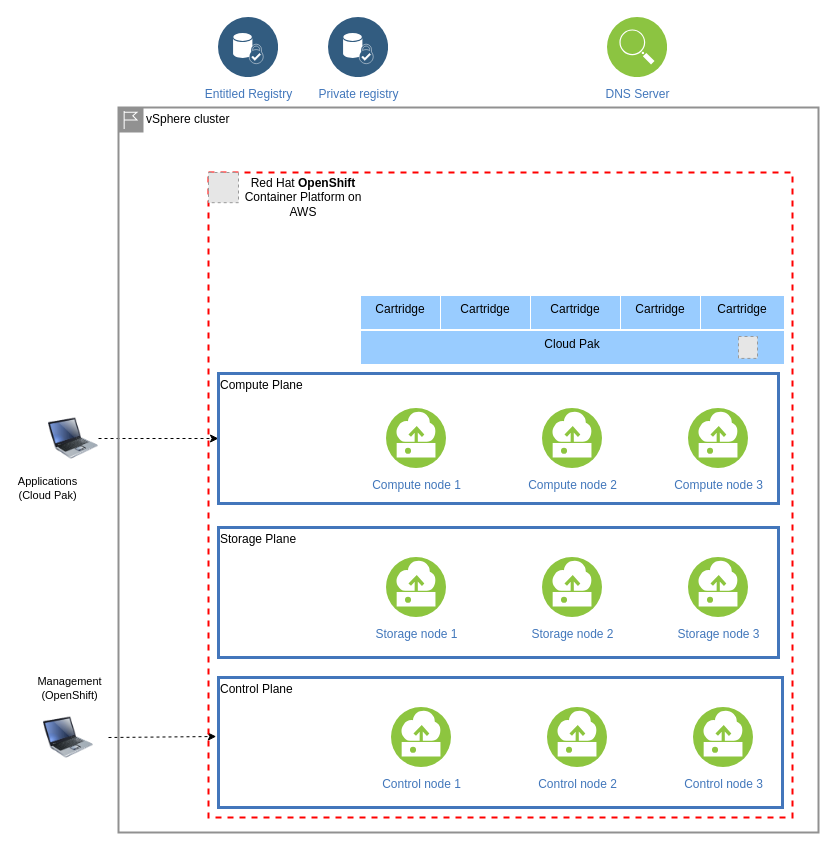
Earlier version of the draw.io diagram sample-configurations/sample-rosa-ocs-cp4d/sample-rosa-ocs-cp4d.drawio (IBM/cloud-pak-deployer). Source tidied: cells renumbered, new cells numbered last; positions are measured from the earlier drawing's top-left corner, leaving out a move shared by most shapes. Both pictures are drawn from the tidied source at 100%, with x=0, y=0 at pixel (43, 17). Pictures stored in the file or linked from it are replaced by grey dashed boxes.
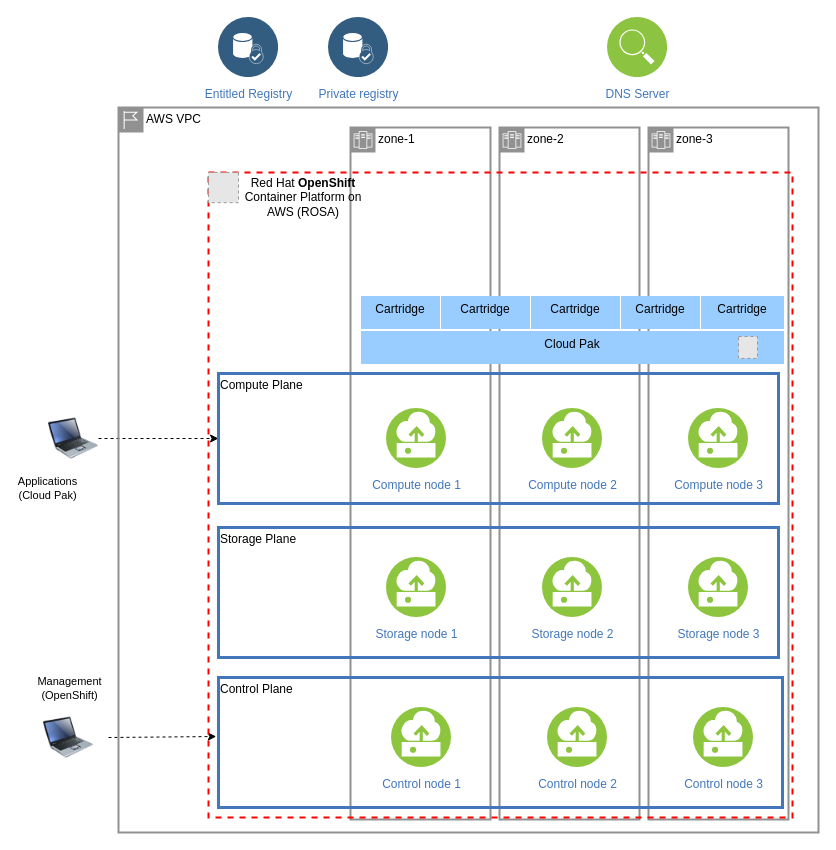
The same page after the edit.

Commit message (it also covers changes not shown here):
Update ROSA config

The change refers to these unchanged cells:
```xml
<mxCell id="23" style="fontStyle=0;verticalAlign=top;align=center;spacingTop=-2;fillColor=none;rounded=0;whiteSpace=wrap;html=1;strokeWidth=2;dashed=1;strokeColor=#FF0000;" parent="22" vertex="1">
  <mxGeometry x="165" y="155" width="584" height="645" as="geometry" />
</mxCell>
```

What changed in the source:
```diff
@@
-    <mxCell id="21" value="vSphere cluster" style="shape=mxgraph.ibm.box;prType=region;fontStyle=0;verticalAlign=top;align=left;spacingLeft=32;spacingTop=4;fillColor=none;rounded=0;whiteSpace=wrap;html=1;strokeColor=#919191;strokeWidth=2;dashed=0;spacing=-4;" parent="20" vertex="1">
+    <mxCell id="21" value="AWS VPC" style="shape=mxgraph.ibm.box;prType=region;fontStyle=0;verticalAlign=top;align=left;spacingLeft=32;spacingTop=4;fillColor=none;rounded=0;whiteSpace=wrap;html=1;strokeColor=#919191;strokeWidth=2;dashed=0;spacing=-4;" parent="20" vertex="1">
       <mxGeometry x="75" y="90" width="700" height="725" as="geometry" />
     </mxCell>
+    <mxCell id="37" value="zone-1" style="shape=mxgraph.ibm.box;prType=zone;fontStyle=0;verticalAlign=top;align=left;spacingLeft=32;spacingTop=4;rounded=0;whiteSpace=wrap;html=1;strokeColor=#919191;strokeWidth=2;dashed=0;spacing=-4;fillColor=none;" parent="21" vertex="1">
+      <mxGeometry x="232" y="20" width="140" height="692" as="geometry" />
+    </mxCell>
+    <mxCell id="38" value="zone-3" style="shape=mxgraph.ibm.box;prType=zone;fontStyle=0;verticalAlign=top;align=left;spacingLeft=32;spacingTop=4;rounded=0;whiteSpace=wrap;html=1;strokeColor=#919191;strokeWidth=2;dashed=0;spacing=-4;fillColor=none;" parent="21" vertex="1">
+      <mxGeometry x="530" y="20" width="140" height="692" as="geometry" />
+    </mxCell>
+    <mxCell id="39" value="zone-2" style="shape=mxgraph.ibm.box;prType=zone;fontStyle=0;verticalAlign=top;align=left;spacingLeft=32;spacingTop=4;rounded=0;whiteSpace=wrap;html=1;strokeColor=#919191;strokeWidth=2;dashed=0;spacing=-4;fillColor=none;" parent="20" vertex="1">
+      <mxGeometry x="456" y="110" width="140" height="692" as="geometry" />
+    </mxCell>
@@
-    <mxCell id="26" value="Red Hat &lt;b&gt;OpenShift &lt;/b&gt;Container Platform on AWS" style="text;html=1;strokeColor=none;fillColor=none;align=center;verticalAlign=middle;whiteSpace=wrap;rounded=0;" parent="23" vertex="1">
+    <mxCell id="26" value="Red Hat &lt;b&gt;OpenShift &lt;/b&gt;Container Platform on AWS (ROSA)" style="text;html=1;strokeColor=none;fillColor=none;align=center;verticalAlign=middle;whiteSpace=wrap;rounded=0;" parent="23" vertex="1">
       <mxGeometry x="30" y="15" width="130" height="20" as="geometry" />
     </mxCell>
```
